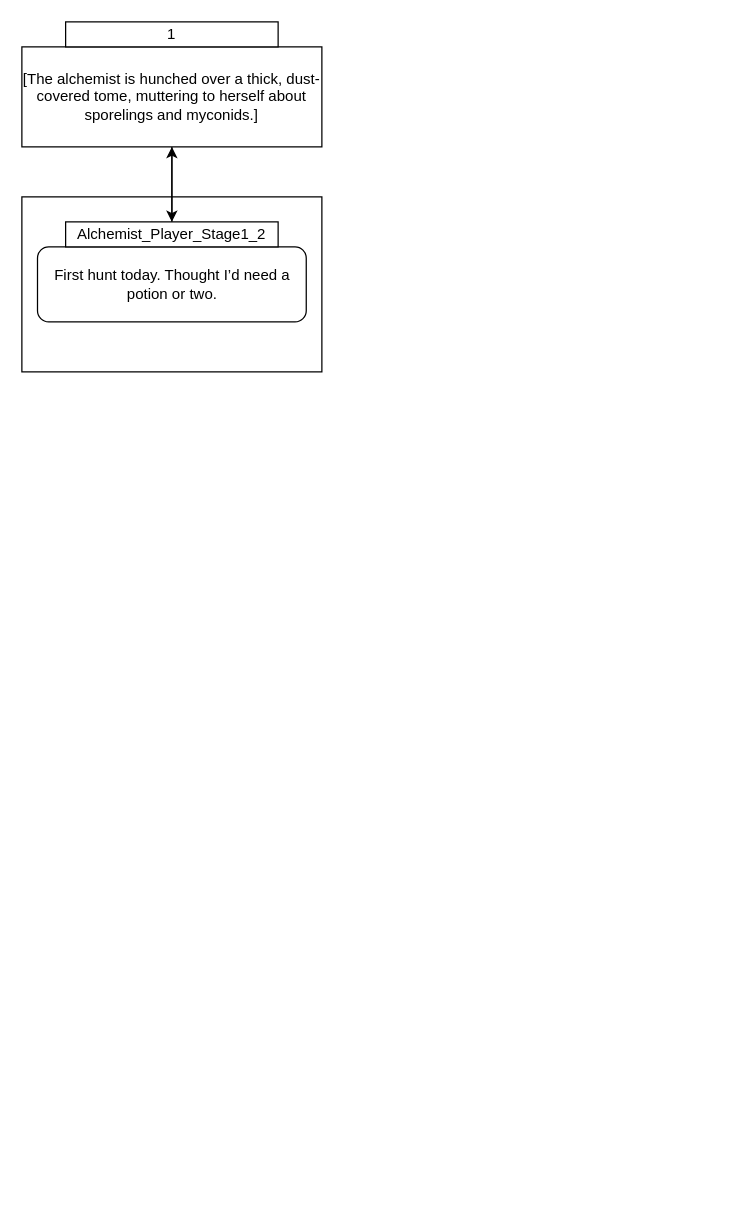
martinka-h/DverglikeQuests keeps this draw.io diagram as PotionsForTheTrail.drawio. Above is the earlier version. Source tidied: cells renumbered, new cells numbered last; positions are measured from the earlier drawing's top-left corner, leaving out a move shared by most shapes. Both pictures are drawn from the tidied source at 125%, with x=0, y=0 at pixel (21, 21).
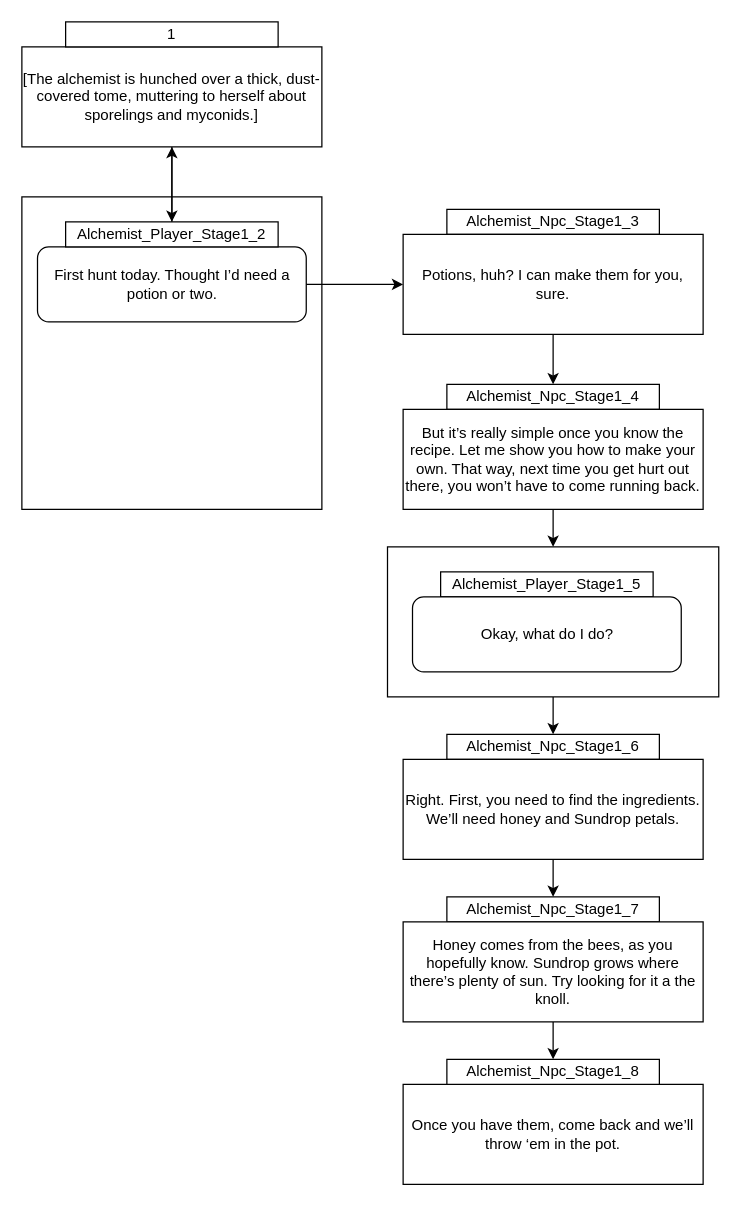
The same page after the edit.

Unchanged cells that the change refers to:
```xml
<mxCell id="7" value="First hunt today. Thought I’d need a potion or two." style="rounded=1;whiteSpace=wrap;html=1;" parent="1" vertex="1">
  <mxGeometry x="12.5" y="180" width="215" height="60" as="geometry" />
</mxCell>
```

The edit, as a diff of the source:
```diff
@@
+    <mxCell id="9" style="rounded=0;whiteSpace=wrap;html=1;" parent="1" vertex="1">
+      <mxGeometry x="292.5" y="420" width="265" height="120" as="geometry" />
+    </mxCell>
     <mxCell id="2" style="rounded=0;whiteSpace=wrap;html=1;" parent="1" vertex="1">
-      <mxGeometry y="140" width="240" height="140" as="geometry" />
+      <mxGeometry y="140" width="240" height="250" as="geometry" />
     </mxCell>
@@
+    <mxCell id="10" style="endArrow=classic;html=1;rounded=0;exitX=1;exitY=0.5;exitDx=0;exitDy=0;entryX=0;entryY=0.5;entryDx=0;entryDy=0;" parent="1" edge="1" source="7" target="12">
+      <mxGeometry relative="1" as="geometry" />
+    </mxCell>
+    <mxCell id="11" value="&lt;div&gt;Alchemist_Npc_Stage1_3&lt;/div&gt;" style="rounded=0;whiteSpace=wrap;html=1;" parent="1" vertex="1">
+      <mxGeometry x="340" y="150" width="170" height="20" as="geometry" />
+    </mxCell>
+    <mxCell id="12" value="Potions, huh? I can make them for you, sure." style="rounded=0;whiteSpace=wrap;html=1;" parent="1" vertex="1">
+      <mxGeometry x="305" y="170" width="240" height="80" as="geometry" />
+    </mxCell>
+    <mxCell id="13" value="&lt;div&gt;Alchemist_Npc_Stage1_4&lt;/div&gt;" style="rounded=0;whiteSpace=wrap;html=1;" parent="1" vertex="1">
+      <mxGeometry x="340" y="290" width="170" height="20" as="geometry" />
+    </mxCell>
+    <mxCell id="14" value="But it’s really simple once you know the recipe. Let me show you how to make your own. That way, next time you get hurt out there, you won’t have to come running back." style="rounded=0;whiteSpace=wrap;html=1;" parent="1" vertex="1">
+      <mxGeometry x="305" y="310" width="240" height="80" as="geometry" />
+    </mxCell>
+    <mxCell id="15" style="endArrow=classic;html=1;rounded=0;exitX=0.5;exitY=1;exitDx=0;exitDy=0;entryX=0.5;entryY=0;entryDx=0;entryDy=0;" parent="1" edge="1" source="12" target="13">
+      <mxGeometry relative="1" as="geometry" />
+    </mxCell>
+    <mxCell id="16" value="Alchemist_Player_Stage1_5" style="rounded=0;whiteSpace=wrap;html=1;" parent="1" vertex="1">
+      <mxGeometry x="335" y="440" width="170" height="20" as="geometry" />
+    </mxCell>
+    <mxCell id="17" value="Okay, what do I do?" style="rounded=1;whiteSpace=wrap;html=1;" parent="1" vertex="1">
+      <mxGeometry x="312.5" y="460" width="215" height="60" as="geometry" />
+    </mxCell>
+    <mxCell id="18" style="endArrow=classic;html=1;rounded=0;exitX=0.5;exitY=1;exitDx=0;exitDy=0;entryX=0.5;entryY=0;entryDx=0;entryDy=0;" parent="1" edge="1" source="14" target="9">
+      <mxGeometry relative="1" as="geometry" />
+    </mxCell>
+    <mxCell id="19" style="endArrow=classic;html=1;rounded=0;exitX=0.5;exitY=1;exitDx=0;exitDy=0;entryX=0.5;entryY=0;entryDx=0;entryDy=0;" parent="1" edge="1" source="9" target="20">
+      <mxGeometry relative="1" as="geometry" />
+    </mxCell>
+    <mxCell id="20" value="&lt;div&gt;Alchemist_Npc_Stage1_6&lt;/div&gt;" style="rounded=0;whiteSpace=wrap;html=1;" parent="1" vertex="1">
+      <mxGeometry x="340" y="570" width="170" height="20" as="geometry" />
+    </mxCell>
+    <mxCell id="21" value="&lt;p&gt;Right. First, you need to find the ingredients. We’ll need honey and Sundrop petals. &lt;br&gt;&lt;/p&gt;" style="rounded=0;whiteSpace=wrap;html=1;" parent="1" vertex="1">
+      <mxGeometry x="305" y="590" width="240" height="80" as="geometry" />
+    </mxCell>
+    <mxCell id="22" value="&lt;div&gt;Alchemist_Npc_Stage1_7&lt;/div&gt;" style="rounded=0;whiteSpace=wrap;html=1;" parent="1" vertex="1">
+      <mxGeometry x="340" y="700" width="170" height="20" as="geometry" />
+    </mxCell>
+    <mxCell id="23" value="Honey comes from the bees, as you hopefully know. Sundrop grows where there’s plenty of sun. Try looking for it a the knoll." style="rounded=0;whiteSpace=wrap;html=1;" parent="1" vertex="1">
+      <mxGeometry x="305" y="720" width="240" height="80" as="geometry" />
+    </mxCell>
+    <mxCell id="24" style="endArrow=classic;html=1;rounded=0;exitX=0.5;exitY=1;exitDx=0;exitDy=0;entryX=0.5;entryY=0;entryDx=0;entryDy=0;" parent="1" edge="1" source="21" target="22">
+      <mxGeometry relative="1" as="geometry" />
+    </mxCell>
+    <mxCell id="25" value="Once you have them, come back and we’ll throw ‘em in the pot." style="rounded=0;whiteSpace=wrap;html=1;" parent="1" vertex="1">
+      <mxGeometry x="305" y="850" width="240" height="80" as="geometry" />
+    </mxCell>
+    <mxCell id="26" value="&lt;div&gt;Alchemist_Npc_Stage1_8&lt;/div&gt;" style="rounded=0;whiteSpace=wrap;html=1;" parent="1" vertex="1">
+      <mxGeometry x="340" y="830" width="170" height="20" as="geometry" />
+    </mxCell>
+    <mxCell id="27" style="endArrow=classic;html=1;rounded=0;exitX=0.5;exitY=1;exitDx=0;exitDy=0;entryX=0.5;entryY=0;entryDx=0;entryDy=0;" parent="1" edge="1" source="23" target="26">
+      <mxGeometry relative="1" as="geometry" />
+    </mxCell>
```
